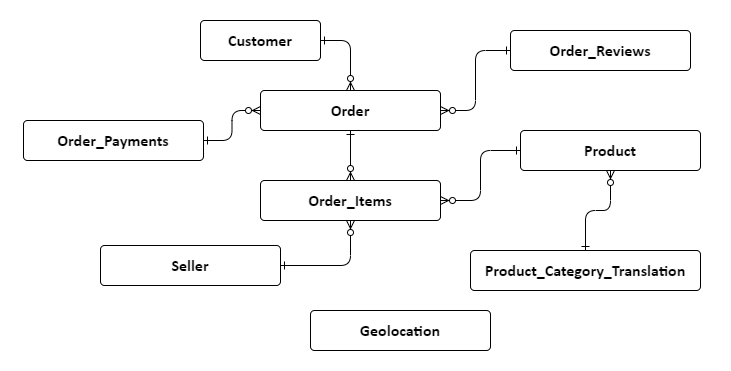
This is images/entity_relationship.png from samirhinojosa/OC-P5-segment-customers-of-website, a draw.io export, as it was before one commit. Source tidied: cells renumbered, new cells last; positions are measured from the earlier drawing's top-left corner, leaving out a move shared by most shapes. Source of this version:
```xml
<mxGraphModel>
  <root>
    <mxCell id="0" />
    <mxCell id="1" parent="0" />
    <mxCell id="2" style="rounded=0;whiteSpace=wrap;html=1;strokeColor=none;" parent="1" vertex="1">
      <mxGeometry width="730" height="370" as="geometry" />
    </mxCell>
    <mxCell id="3" style="edgeStyle=orthogonalEdgeStyle;rounded=1;jettySize=auto;html=1;startArrow=ERone;startFill=0;endArrow=ERzeroToMany;endFill=1;exitX=0.5;exitY=0;exitDx=0;exitDy=0;" parent="1" edge="1" source="7" target="5">
      <mxGeometry relative="1" as="geometry" />
    </mxCell>
    <mxCell id="4" value="&lt;b&gt;&lt;span lang=&quot;FR&quot; style=&quot;font-size: 12.0pt ; line-height: 107% ; font-family: &amp;#34;calibri&amp;#34; , sans-serif&quot;&gt;Customer&lt;br&gt;&lt;/span&gt;&lt;/b&gt;" style="rounded=1;arcSize=10;whiteSpace=wrap;html=1;align=center;" parent="1" vertex="1">
      <mxGeometry x="200" y="20" width="120" height="40" as="geometry" />
    </mxCell>
    <mxCell id="5" value="&lt;b&gt;&lt;span lang=&quot;FR&quot; style=&quot;font-size: 12.0pt ; line-height: 107% ; font-family: &amp;#34;calibri&amp;#34; , sans-serif&quot;&gt;Product&lt;/span&gt;&lt;/b&gt;" style="rounded=1;arcSize=10;whiteSpace=wrap;html=1;align=center;" parent="1" vertex="1">
      <mxGeometry x="520" y="130" width="180" height="40" as="geometry" />
    </mxCell>
    <mxCell id="6" value="&lt;b&gt;&lt;span lang=&quot;FR&quot; style=&quot;font-size: 12.0pt ; line-height: 107% ; font-family: &amp;#34;calibri&amp;#34; , sans-serif&quot;&gt;Seller&lt;/span&gt;&lt;/b&gt;" style="rounded=1;arcSize=10;whiteSpace=wrap;html=1;align=center;" parent="1" vertex="1">
      <mxGeometry x="100" y="245" width="180" height="40" as="geometry" />
    </mxCell>
    <mxCell id="7" value="&lt;b&gt;&lt;span lang=&quot;FR&quot; style=&quot;font-size: 12.0pt ; line-height: 107% ; font-family: &amp;#34;calibri&amp;#34; , sans-serif&quot;&gt;Product_Category_Translation&lt;/span&gt;&lt;/b&gt;" style="rounded=1;arcSize=10;whiteSpace=wrap;html=1;align=center;" parent="1" vertex="1">
      <mxGeometry x="470" y="250" width="230" height="40" as="geometry" />
    </mxCell>
    <mxCell id="8" value="&lt;b&gt;&lt;span lang=&quot;FR&quot; style=&quot;font-size: 12.0pt ; line-height: 107% ; font-family: &amp;#34;calibri&amp;#34; , sans-serif&quot;&gt;Order&lt;/span&gt;&lt;/b&gt;" style="rounded=1;arcSize=10;whiteSpace=wrap;html=1;align=center;" parent="1" vertex="1">
      <mxGeometry x="260" y="90" width="180" height="40" as="geometry" />
    </mxCell>
    <mxCell id="9" value="&lt;b&gt;&lt;span lang=&quot;FR&quot; style=&quot;font-size: 12.0pt ; line-height: 107% ; font-family: &amp;#34;calibri&amp;#34; , sans-serif&quot;&gt;Order_Items&lt;/span&gt;&lt;/b&gt;" style="rounded=1;arcSize=10;whiteSpace=wrap;html=1;align=center;" parent="1" vertex="1">
      <mxGeometry x="260" y="180" width="180" height="40" as="geometry" />
    </mxCell>
    <mxCell id="10" style="edgeStyle=orthogonalEdgeStyle;rounded=1;jettySize=auto;html=1;startArrow=ERone;startFill=0;endArrow=ERzeroToMany;endFill=1;entryX=1;entryY=0.5;entryDx=0;entryDy=0;exitX=0;exitY=0.5;exitDx=0;exitDy=0;" parent="1" edge="1" source="5" target="9">
      <mxGeometry relative="1" as="geometry" />
    </mxCell>
    <mxCell id="11" style="edgeStyle=orthogonalEdgeStyle;rounded=1;jettySize=auto;html=1;startArrow=ERone;startFill=0;endArrow=ERzeroToMany;endFill=1;exitX=0.5;exitY=1;exitDx=0;exitDy=0;entryX=0.5;entryY=0;entryDx=0;entryDy=0;" parent="1" edge="1" source="8" target="9">
      <mxGeometry relative="1" as="geometry" />
    </mxCell>
    <mxCell id="12" style="edgeStyle=orthogonalEdgeStyle;rounded=1;jettySize=auto;html=1;startArrow=ERone;startFill=0;endArrow=ERzeroToMany;endFill=1;exitX=1;exitY=0.5;exitDx=0;exitDy=0;" parent="1" edge="1" source="4" target="8">
      <mxGeometry relative="1" as="geometry" />
    </mxCell>
    <mxCell id="13" style="edgeStyle=orthogonalEdgeStyle;rounded=1;jettySize=auto;html=1;startArrow=ERone;startFill=0;endArrow=ERzeroToMany;endFill=1;exitX=1;exitY=0.5;exitDx=0;exitDy=0;" parent="1" edge="1" source="6" target="9">
      <mxGeometry relative="1" as="geometry" />
    </mxCell>
    <mxCell id="14" value="&lt;b&gt;&lt;span lang=&quot;FR&quot; style=&quot;font-size: 12.0pt ; line-height: 107% ; font-family: &amp;#34;calibri&amp;#34; , sans-serif&quot;&gt;Order_Payments&lt;br&gt;&lt;/span&gt;&lt;/b&gt;" style="rounded=1;arcSize=10;whiteSpace=wrap;html=1;align=center;" parent="1" vertex="1">
      <mxGeometry x="23" y="120" width="180" height="40" as="geometry" />
    </mxCell>
    <mxCell id="15" style="edgeStyle=orthogonalEdgeStyle;rounded=1;jettySize=auto;html=1;startArrow=ERone;startFill=0;endArrow=ERzeroToMany;endFill=1;entryX=0;entryY=0.5;entryDx=0;entryDy=0;" parent="1" edge="1" source="14" target="8">
      <mxGeometry relative="1" as="geometry" />
    </mxCell>
    <mxCell id="16" value="&lt;b&gt;&lt;span lang=&quot;FR&quot; style=&quot;font-size: 12.0pt ; line-height: 107% ; font-family: &amp;#34;calibri&amp;#34; , sans-serif&quot;&gt;Order_Reviews&lt;br&gt;&lt;/span&gt;&lt;/b&gt;" style="rounded=1;arcSize=10;whiteSpace=wrap;html=1;align=center;" parent="1" vertex="1">
      <mxGeometry x="510" y="30" width="180" height="40" as="geometry" />
    </mxCell>
    <mxCell id="17" style="edgeStyle=orthogonalEdgeStyle;rounded=1;jettySize=auto;html=1;startArrow=ERone;startFill=0;endArrow=ERzeroToMany;endFill=1;entryX=1;entryY=0.5;entryDx=0;entryDy=0;" parent="1" edge="1" source="16" target="8">
      <mxGeometry relative="1" as="geometry" />
    </mxCell>
    <mxCell id="18" value="&lt;b&gt;&lt;span lang=&quot;FR&quot; style=&quot;font-size: 12.0pt ; line-height: 107% ; font-family: &amp;#34;calibri&amp;#34; , sans-serif&quot;&gt;Geolocation&lt;br&gt;&lt;/span&gt;&lt;/b&gt;" style="rounded=1;arcSize=10;whiteSpace=wrap;html=1;align=center;" parent="1" vertex="1">
      <mxGeometry x="310" y="310" width="180" height="40" as="geometry" />
    </mxCell>
  </root>
</mxGraphModel>
```
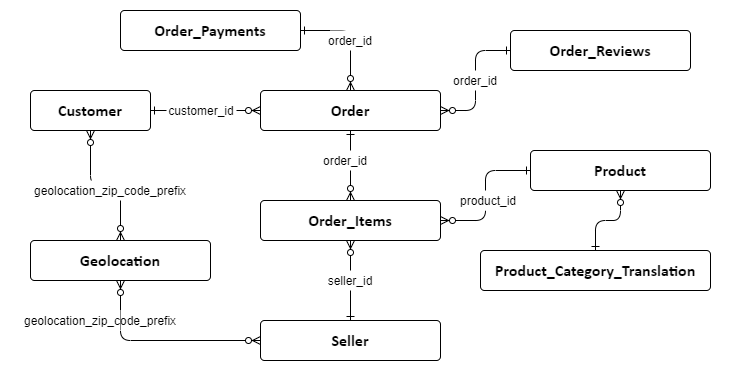
The same diagram one commit later.

Change to the diagram source:
```diff
@@ -9,22 +9,22 @@
       <mxGeometry relative="1" as="geometry" />
     </mxCell>
     <mxCell id="4" value="&lt;b&gt;&lt;span lang=&quot;FR&quot; style=&quot;font-size: 12.0pt ; line-height: 107% ; font-family: &amp;#34;calibri&amp;#34; , sans-serif&quot;&gt;Customer&lt;br&gt;&lt;/span&gt;&lt;/b&gt;" style="rounded=1;arcSize=10;whiteSpace=wrap;html=1;align=center;" parent="1" vertex="1">
-      <mxGeometry x="200" y="20" width="120" height="40" as="geometry" />
+      <mxGeometry x="30" y="90" width="120" height="40" as="geometry" />
     </mxCell>
     <mxCell id="5" value="&lt;b&gt;&lt;span lang=&quot;FR&quot; style=&quot;font-size: 12.0pt ; line-height: 107% ; font-family: &amp;#34;calibri&amp;#34; , sans-serif&quot;&gt;Product&lt;/span&gt;&lt;/b&gt;" style="rounded=1;arcSize=10;whiteSpace=wrap;html=1;align=center;" parent="1" vertex="1">
-      <mxGeometry x="520" y="130" width="180" height="40" as="geometry" />
+      <mxGeometry x="530" y="150" width="180" height="40" as="geometry" />
     </mxCell>
     <mxCell id="6" value="&lt;b&gt;&lt;span lang=&quot;FR&quot; style=&quot;font-size: 12.0pt ; line-height: 107% ; font-family: &amp;#34;calibri&amp;#34; , sans-serif&quot;&gt;Seller&lt;/span&gt;&lt;/b&gt;" style="rounded=1;arcSize=10;whiteSpace=wrap;html=1;align=center;" parent="1" vertex="1">
-      <mxGeometry x="100" y="245" width="180" height="40" as="geometry" />
+      <mxGeometry x="260" y="320" width="180" height="40" as="geometry" />
     </mxCell>
     <mxCell id="7" value="&lt;b&gt;&lt;span lang=&quot;FR&quot; style=&quot;font-size: 12.0pt ; line-height: 107% ; font-family: &amp;#34;calibri&amp;#34; , sans-serif&quot;&gt;Product_Category_Translation&lt;/span&gt;&lt;/b&gt;" style="rounded=1;arcSize=10;whiteSpace=wrap;html=1;align=center;" parent="1" vertex="1">
-      <mxGeometry x="470" y="250" width="230" height="40" as="geometry" />
+      <mxGeometry x="480" y="250" width="230" height="40" as="geometry" />
     </mxCell>
     <mxCell id="8" value="&lt;b&gt;&lt;span lang=&quot;FR&quot; style=&quot;font-size: 12.0pt ; line-height: 107% ; font-family: &amp;#34;calibri&amp;#34; , sans-serif&quot;&gt;Order&lt;/span&gt;&lt;/b&gt;" style="rounded=1;arcSize=10;whiteSpace=wrap;html=1;align=center;" parent="1" vertex="1">
       <mxGeometry x="260" y="90" width="180" height="40" as="geometry" />
     </mxCell>
     <mxCell id="9" value="&lt;b&gt;&lt;span lang=&quot;FR&quot; style=&quot;font-size: 12.0pt ; line-height: 107% ; font-family: &amp;#34;calibri&amp;#34; , sans-serif&quot;&gt;Order_Items&lt;/span&gt;&lt;/b&gt;" style="rounded=1;arcSize=10;whiteSpace=wrap;html=1;align=center;" parent="1" vertex="1">
-      <mxGeometry x="260" y="180" width="180" height="40" as="geometry" />
+      <mxGeometry x="260" y="200" width="180" height="40" as="geometry" />
     </mxCell>
     <mxCell id="10" style="edgeStyle=orthogonalEdgeStyle;rounded=1;jettySize=auto;html=1;startArrow=ERone;startFill=0;endArrow=ERzeroToMany;endFill=1;entryX=1;entryY=0.5;entryDx=0;entryDy=0;exitX=0;exitY=0.5;exitDx=0;exitDy=0;" parent="1" edge="1" source="5" target="9">
       <mxGeometry relative="1" as="geometry" />
@@ -35,13 +35,13 @@
     <mxCell id="12" style="edgeStyle=orthogonalEdgeStyle;rounded=1;jettySize=auto;html=1;startArrow=ERone;startFill=0;endArrow=ERzeroToMany;endFill=1;exitX=1;exitY=0.5;exitDx=0;exitDy=0;" parent="1" edge="1" source="4" target="8">
       <mxGeometry relative="1" as="geometry" />
     </mxCell>
-    <mxCell id="13" style="edgeStyle=orthogonalEdgeStyle;rounded=1;jettySize=auto;html=1;startArrow=ERone;startFill=0;endArrow=ERzeroToMany;endFill=1;exitX=1;exitY=0.5;exitDx=0;exitDy=0;" parent="1" edge="1" source="6" target="9">
+    <mxCell id="13" style="edgeStyle=orthogonalEdgeStyle;rounded=1;jettySize=auto;html=1;startArrow=ERone;startFill=0;endArrow=ERzeroToMany;endFill=1;" parent="1" edge="1" source="6" target="9">
       <mxGeometry relative="1" as="geometry" />
     </mxCell>
     <mxCell id="14" value="&lt;b&gt;&lt;span lang=&quot;FR&quot; style=&quot;font-size: 12.0pt ; line-height: 107% ; font-family: &amp;#34;calibri&amp;#34; , sans-serif&quot;&gt;Order_Payments&lt;br&gt;&lt;/span&gt;&lt;/b&gt;" style="rounded=1;arcSize=10;whiteSpace=wrap;html=1;align=center;" parent="1" vertex="1">
-      <mxGeometry x="23" y="120" width="180" height="40" as="geometry" />
+      <mxGeometry x="120" y="10" width="180" height="40" as="geometry" />
     </mxCell>
-    <mxCell id="15" style="edgeStyle=orthogonalEdgeStyle;rounded=1;jettySize=auto;html=1;startArrow=ERone;startFill=0;endArrow=ERzeroToMany;endFill=1;entryX=0;entryY=0.5;entryDx=0;entryDy=0;" parent="1" edge="1" source="14" target="8">
+    <mxCell id="15" style="edgeStyle=orthogonalEdgeStyle;rounded=1;jettySize=auto;html=1;startArrow=ERone;startFill=0;endArrow=ERzeroToMany;endFill=1;exitX=1;exitY=0.5;exitDx=0;exitDy=0;" parent="1" edge="1" source="14" target="8">
       <mxGeometry relative="1" as="geometry" />
     </mxCell>
     <mxCell id="16" value="&lt;b&gt;&lt;span lang=&quot;FR&quot; style=&quot;font-size: 12.0pt ; line-height: 107% ; font-family: &amp;#34;calibri&amp;#34; , sans-serif&quot;&gt;Order_Reviews&lt;br&gt;&lt;/span&gt;&lt;/b&gt;" style="rounded=1;arcSize=10;whiteSpace=wrap;html=1;align=center;" parent="1" vertex="1">
@@ -51,7 +51,37 @@
       <mxGeometry relative="1" as="geometry" />
     </mxCell>
     <mxCell id="18" value="&lt;b&gt;&lt;span lang=&quot;FR&quot; style=&quot;font-size: 12.0pt ; line-height: 107% ; font-family: &amp;#34;calibri&amp;#34; , sans-serif&quot;&gt;Geolocation&lt;br&gt;&lt;/span&gt;&lt;/b&gt;" style="rounded=1;arcSize=10;whiteSpace=wrap;html=1;align=center;" parent="1" vertex="1">
-      <mxGeometry x="310" y="310" width="180" height="40" as="geometry" />
+      <mxGeometry x="30" y="240" width="180" height="40" as="geometry" />
     </mxCell>
+    <mxCell id="19" style="edgeStyle=orthogonalEdgeStyle;rounded=1;jettySize=auto;html=1;startArrow=ERzeroToMany;startFill=1;endArrow=ERzeroToMany;endFill=1;exitX=0.5;exitY=0;exitDx=0;exitDy=0;entryX=0.5;entryY=1;entryDx=0;entryDy=0;" parent="1" edge="1" source="18" target="4">
+      <mxGeometry relative="1" as="geometry" />
+    </mxCell>
+    <mxCell id="20" style="edgeStyle=orthogonalEdgeStyle;rounded=1;jettySize=auto;html=1;startArrow=ERzeroToMany;startFill=1;endArrow=ERzeroToMany;endFill=1;entryX=0;entryY=0.5;entryDx=0;entryDy=0;exitX=0.5;exitY=1;exitDx=0;exitDy=0;" parent="1" edge="1" source="18" target="6">
+      <mxGeometry relative="1" as="geometry" />
+    </mxCell>
+    <mxCell id="21" value="order_id" style="text;html=1;strokeColor=none;fillColor=#FFFFFF;align=center;verticalAlign=middle;whiteSpace=wrap;rounded=0;labelBorderColor=none;" parent="1" vertex="1">
+      <mxGeometry x="330" y="30" width="40" height="20" as="geometry" />
+    </mxCell>
+    <mxCell id="22" value="order_id" style="text;html=1;strokeColor=none;fillColor=#FFFFFF;align=center;verticalAlign=middle;whiteSpace=wrap;rounded=0;labelBorderColor=none;" parent="1" vertex="1">
+      <mxGeometry x="455" y="70" width="40" height="20" as="geometry" />
+    </mxCell>
+    <mxCell id="23" value="order_id" style="text;html=1;strokeColor=none;fillColor=#FFFFFF;align=center;verticalAlign=middle;whiteSpace=wrap;rounded=0;labelBorderColor=none;" parent="1" vertex="1">
+      <mxGeometry x="325" y="150" width="40" height="20" as="geometry" />
+    </mxCell>
+    <mxCell id="24" value="product_id" style="text;html=1;strokeColor=none;fillColor=#FFFFFF;align=center;verticalAlign=middle;whiteSpace=wrap;rounded=0;labelBorderColor=none;" parent="1" vertex="1">
+      <mxGeometry x="468" y="190" width="40" height="20" as="geometry" />
+    </mxCell>
+    <mxCell id="25" value="customer_id" style="text;html=1;strokeColor=none;fillColor=#FFFFFF;align=center;verticalAlign=middle;whiteSpace=wrap;rounded=0;labelBorderColor=none;" parent="1" vertex="1">
+      <mxGeometry x="166" y="100" width="70" height="20" as="geometry" />
+    </mxCell>
+    <mxCell id="26" value="seller_id" style="text;html=1;strokeColor=none;fillColor=#FFFFFF;align=center;verticalAlign=middle;whiteSpace=wrap;rounded=0;labelBorderColor=none;" parent="1" vertex="1">
+      <mxGeometry x="330" y="270" width="40" height="20" as="geometry" />
+    </mxCell>
+    <mxCell id="27" value="geolocation_zip_code_prefix" style="text;html=1;strokeColor=none;fillColor=#FFFFFF;align=center;verticalAlign=middle;whiteSpace=wrap;rounded=0;labelBorderColor=none;" parent="1" vertex="1">
+      <mxGeometry x="80" y="310" width="40" height="20" as="geometry" />
+    </mxCell>
+    <mxCell id="28" value="geolocation_zip_code_prefix" style="text;html=1;strokeColor=none;fillColor=#FFFFFF;align=center;verticalAlign=middle;whiteSpace=wrap;rounded=0;labelBorderColor=none;" parent="1" vertex="1">
+      <mxGeometry x="90" y="180" width="40" height="20" as="geometry" />
+    </mxCell>
   </root>
 </mxGraphModel>
```
